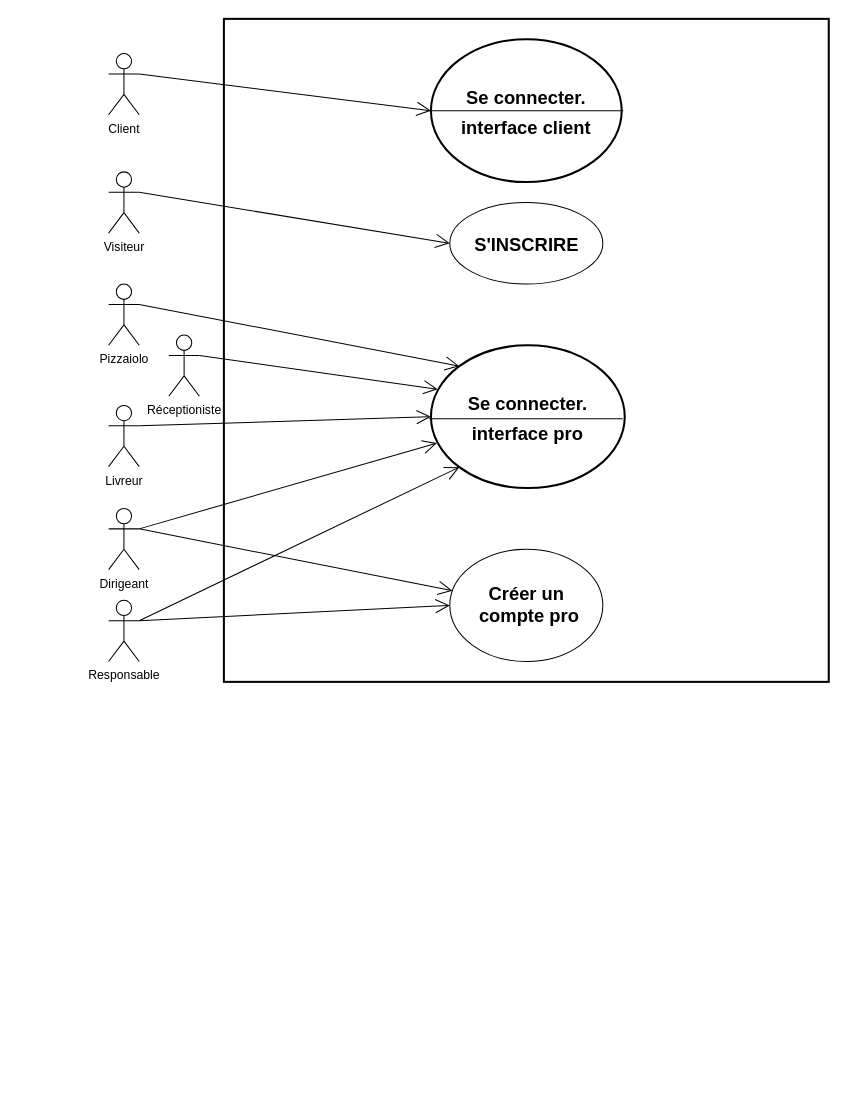
Before: diagrams/useCase/AuthentificationDiagram.drawio in gsagot/oc_p6_ocPizza, a draw.io diagram. Source tidied: cells renumbered, new cells numbered last; positions are measured from the earlier drawing's top-left corner, leaving out a move shared by most shapes. Both pictures are drawn from the tidied source at 102%, with x=0, y=0 at pixel (108, 18).
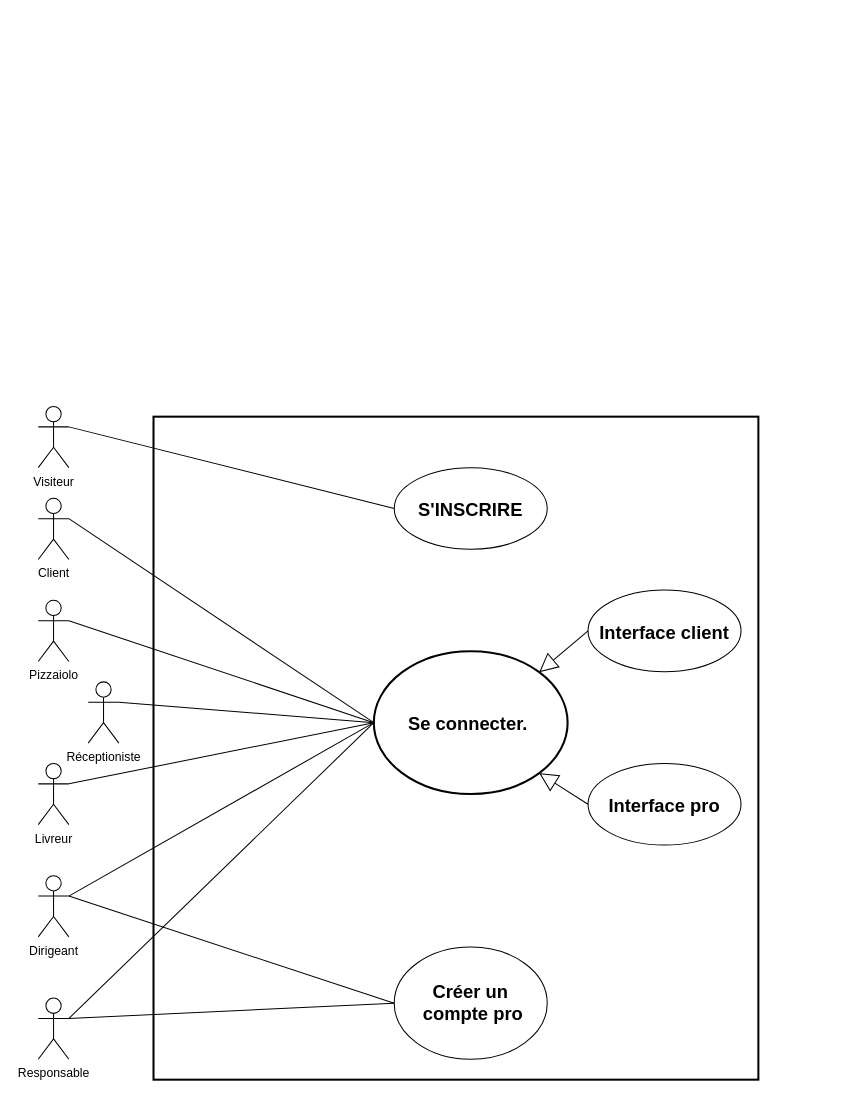
After the change.

Diff of the diagram source:
```diff
@@
-    <mxCell id="2" style="html=1;strokeWidth=2;" parent="1" vertex="1">
-      <mxGeometry x="113" width="593" height="650" as="geometry" />
-    </mxCell>
-    <mxCell id="3" value="&lt;h1&gt;&lt;font style=&quot;font-size: 18px&quot;&gt;Se connecter. interface client&lt;/font&gt;&lt;/h1&gt;" style="ellipse;whiteSpace=wrap;html=1;strokeWidth=2;" parent="1" vertex="1">
-      <mxGeometry x="316" y="20" width="187" height="140" as="geometry" />
-    </mxCell>
+    <mxCell id="25" style="html=1;strokeWidth=2;" parent="1" vertex="1">
+      <mxGeometry x="44" y="390" width="593" height="650" as="geometry" />
+    </mxCell>
     <mxCell id="4" value="&lt;h1&gt;&lt;font style=&quot;font-size: 18px&quot;&gt;S'INSCRIRE&lt;/font&gt;&lt;/h1&gt;" style="ellipse;whiteSpace=wrap;html=1;" parent="1" vertex="1">
-      <mxGeometry x="334.5" y="180" width="150" height="80" as="geometry" />
+      <mxGeometry x="280" y="440" width="150" height="80" as="geometry" />
     </mxCell>
     <mxCell id="5" value="Visiteur" style="shape=umlActor;verticalLabelPosition=bottom;verticalAlign=top;html=1;" parent="1" vertex="1">
-      <mxGeometry y="150" width="30" height="60" as="geometry" />
+      <mxGeometry x="-69" y="380" width="30" height="60" as="geometry" />
     </mxCell>
     <mxCell id="6" value="Client" style="shape=umlActor;verticalLabelPosition=bottom;verticalAlign=top;html=1;" parent="1" vertex="1">
-      <mxGeometry y="34" width="30" height="60" as="geometry" />
+      <mxGeometry x="-69" y="470" width="30" height="60" as="geometry" />
     </mxCell>
     <mxCell id="7" value="Pizzaiolo" style="shape=umlActor;verticalLabelPosition=bottom;verticalAlign=top;html=1;" parent="1" vertex="1">
-      <mxGeometry y="260" width="30" height="60" as="geometry" />
+      <mxGeometry x="-69" y="570" width="30" height="60" as="geometry" />
     </mxCell>
-    <mxCell id="8" style="endArrow=open;endFill=1;endSize=12;html=1;exitX=1;exitY=0.3333333333333333;exitDx=0;exitDy=0;exitPerimeter=0;entryX=0;entryY=0.5;entryDx=0;entryDy=0;" parent="1" edge="1" source="6" target="3">
-      <mxGeometry relative="1" as="geometry" />
-    </mxCell>
+    <mxCell id="26" style="endArrow=none;endFill=1;endSize=12;html=1;exitX=1;exitY=0.3333333333333333;exitDx=0;exitDy=0;exitPerimeter=0;entryX=0;entryY=0.5;entryDx=0;entryDy=0;" parent="1" edge="1" source="6" target="28">
+      <mxGeometry relative="1" as="geometry" />
+    </mxCell>
-    <mxCell id="9" style="endArrow=open;endFill=1;endSize=12;html=1;exitX=1;exitY=0.3333333333333333;exitDx=0;exitDy=0;exitPerimeter=0;entryX=0;entryY=0.5;entryDx=0;entryDy=0;" parent="1" edge="1" source="5" target="4">
+    <mxCell id="9" style="endArrow=none;endFill=1;endSize=12;html=1;exitX=1;exitY=0.3333333333333333;exitDx=0;exitDy=0;exitPerimeter=0;entryX=0;entryY=0.5;entryDx=0;entryDy=0;" parent="1" edge="1" source="5" target="4">
       <mxGeometry relative="1" as="geometry" />
     </mxCell>
-    <mxCell id="10" style="endArrow=open;endFill=1;endSize=12;html=1;exitX=1;exitY=0.3333333333333333;exitDx=0;exitDy=0;exitPerimeter=0;entryX=0;entryY=0;entryDx=0;entryDy=0;" parent="1" edge="1" source="7" target="11">
-      <mxGeometry relative="1" as="geometry" />
-    </mxCell>
-    <mxCell id="11" value="&lt;h1&gt;&lt;font style=&quot;font-size: 18px&quot;&gt;Se connecter. interface pro&lt;/font&gt;&lt;/h1&gt;" style="ellipse;whiteSpace=wrap;html=1;strokeWidth=2;" parent="1" vertex="1">
-      <mxGeometry x="316" y="320" width="190" height="140" as="geometry" />
-    </mxCell>
+    <mxCell id="27" style="endArrow=none;endFill=1;endSize=12;html=1;exitX=1;exitY=0.3333333333333333;exitDx=0;exitDy=0;exitPerimeter=0;entryX=0;entryY=0.5;entryDx=0;entryDy=0;" parent="1" edge="1" source="7" target="28">
+      <mxGeometry relative="1" as="geometry" />
+    </mxCell>
+    <mxCell id="28" value="&lt;h1&gt;&lt;font style=&quot;font-size: 18px&quot;&gt;Se connecter.&amp;nbsp;&lt;/font&gt;&lt;/h1&gt;" style="ellipse;whiteSpace=wrap;html=1;strokeWidth=2;" parent="1" vertex="1">
+      <mxGeometry x="260" y="620" width="190" height="140" as="geometry" />
+    </mxCell>
     <mxCell id="12" value="Livreur" style="shape=umlActor;verticalLabelPosition=bottom;verticalAlign=top;html=1;" parent="1" vertex="1">
-      <mxGeometry y="379" width="30" height="60" as="geometry" />
+      <mxGeometry x="-69" y="730" width="30" height="60" as="geometry" />
     </mxCell>
     <mxCell id="13" value="Responsable" style="shape=umlActor;verticalLabelPosition=bottom;verticalAlign=top;html=1;" parent="1" vertex="1">
-      <mxGeometry y="570" width="30" height="60" as="geometry" />
+      <mxGeometry x="-69" y="960" width="30" height="60" as="geometry" />
     </mxCell>
-    <mxCell id="14" style="endArrow=open;endFill=1;endSize=12;html=1;exitX=1;exitY=0.3333333333333333;exitDx=0;exitDy=0;exitPerimeter=0;entryX=0;entryY=0.5;entryDx=0;entryDy=0;" parent="1" edge="1" source="12" target="11">
-      <mxGeometry relative="1" as="geometry" />
-    </mxCell>
-    <mxCell id="15" style="endArrow=open;endFill=1;endSize=12;html=1;exitX=1;exitY=0.3333333333333333;exitDx=0;exitDy=0;exitPerimeter=0;entryX=0;entryY=1;entryDx=0;entryDy=0;" parent="1" edge="1" source="13" target="11">
-      <mxGeometry relative="1" as="geometry" />
-    </mxCell>
-    <mxCell id="16" style="line;strokeWidth=1;fillColor=none;align=left;verticalAlign=middle;spacingTop=-1;spacingLeft=3;spacingRight=3;labelPosition=right;" parent="1" vertex="1">
-      <mxGeometry x="314" y="388" width="190" height="8" as="geometry" />
-    </mxCell>
-    <mxCell id="17" style="line;strokeWidth=1;fillColor=none;align=left;verticalAlign=middle;spacingTop=-1;spacingLeft=3;spacingRight=3;labelPosition=right;" parent="1" vertex="1">
-      <mxGeometry x="314.5" y="86" width="190" height="8" as="geometry" />
-    </mxCell>
+    <mxCell id="29" style="endArrow=none;endFill=1;endSize=12;html=1;exitX=1;exitY=0.3333333333333333;exitDx=0;exitDy=0;exitPerimeter=0;entryX=0;entryY=0.5;entryDx=0;entryDy=0;" parent="1" edge="1" source="12" target="28">
+      <mxGeometry relative="1" as="geometry" />
+    </mxCell>
+    <mxCell id="30" style="endArrow=none;endFill=1;endSize=12;html=1;exitX=1;exitY=0.3333333333333333;exitDx=0;exitDy=0;exitPerimeter=0;entryX=0;entryY=0.5;entryDx=0;entryDy=0;" parent="1" edge="1" source="13" target="28">
+      <mxGeometry relative="1" as="geometry" />
+    </mxCell>
     <mxCell id="18" value="&lt;p style=&quot;line-height: 60%&quot;&gt;&lt;/p&gt;&lt;h2&gt;&lt;font style=&quot;font-size: 18px&quot;&gt;Créer un&lt;br&gt;&lt;/font&gt;&lt;font style=&quot;font-size: 18px&quot;&gt;&amp;nbsp;compte&amp;nbsp;&lt;/font&gt;&lt;b style=&quot;font-size: 18px&quot;&gt;pro&lt;/b&gt;&lt;/h2&gt;&lt;p&gt;&lt;/p&gt;" style="ellipse;whiteSpace=wrap;html=1;" parent="1" vertex="1">
-      <mxGeometry x="334.5" y="520" width="150" height="110" as="geometry" />
+      <mxGeometry x="280" y="910" width="150" height="110" as="geometry" />
     </mxCell>
-    <mxCell id="19" style="endArrow=open;endFill=1;endSize=12;html=1;entryX=0;entryY=0.5;entryDx=0;entryDy=0;exitX=1;exitY=0.3333333333333333;exitDx=0;exitDy=0;exitPerimeter=0;" parent="1" edge="1" source="13" target="18">
+    <mxCell id="19" style="endArrow=none;endFill=1;endSize=12;html=1;entryX=0;entryY=0.5;entryDx=0;entryDy=0;exitX=1;exitY=0.3333333333333333;exitDx=0;exitDy=0;exitPerimeter=0;" parent="1" edge="1" source="13" target="18">
       <mxGeometry relative="1" as="geometry" />
     </mxCell>
     <mxCell id="20" value="Dirigeant" style="shape=umlActor;verticalLabelPosition=bottom;verticalAlign=top;html=1;" parent="1" vertex="1">
-      <mxGeometry y="480" width="30" height="60" as="geometry" />
+      <mxGeometry x="-69" y="840" width="30" height="60" as="geometry" />
     </mxCell>
-    <mxCell id="21" style="endArrow=open;endFill=1;endSize=12;html=1;exitX=1;exitY=0.3333333333333333;exitDx=0;exitDy=0;exitPerimeter=0;entryX=0.031;entryY=0.685;entryDx=0;entryDy=0;entryPerimeter=0;" parent="1" edge="1" source="20" target="11">
-      <mxGeometry relative="1" as="geometry" />
-    </mxCell>
+    <mxCell id="31" style="endArrow=none;endFill=1;endSize=12;html=1;exitX=1;exitY=0.3333333333333333;exitDx=0;exitDy=0;exitPerimeter=0;entryX=0;entryY=0.5;entryDx=0;entryDy=0;" parent="1" edge="1" source="20" target="28">
+      <mxGeometry relative="1" as="geometry" />
+    </mxCell>
     <mxCell id="22" value="Réceptioniste" style="shape=umlActor;verticalLabelPosition=bottom;verticalAlign=top;html=1;" parent="1" vertex="1">
-      <mxGeometry x="59" y="310" width="30" height="60" as="geometry" />
+      <mxGeometry x="-20" y="650" width="30" height="60" as="geometry" />
     </mxCell>
-    <mxCell id="23" style="endArrow=open;endFill=1;endSize=12;html=1;exitX=1;exitY=0.3333333333333333;exitDx=0;exitDy=0;exitPerimeter=0;entryX=0.035;entryY=0.308;entryDx=0;entryDy=0;entryPerimeter=0;" parent="1" edge="1" source="22" target="11">
-      <mxGeometry relative="1" as="geometry" />
-    </mxCell>
+    <mxCell id="32" style="endArrow=none;endFill=1;endSize=12;html=1;exitX=1;exitY=0.3333333333333333;exitDx=0;exitDy=0;exitPerimeter=0;entryX=0;entryY=0.5;entryDx=0;entryDy=0;" parent="1" edge="1" source="22" target="28">
+      <mxGeometry relative="1" as="geometry" />
+    </mxCell>
-    <mxCell id="24" style="endArrow=open;endFill=1;endSize=12;html=1;exitX=1;exitY=0.3333333333333333;exitDx=0;exitDy=0;exitPerimeter=0;" parent="1" edge="1" source="20" target="18">
+    <mxCell id="24" style="endArrow=none;endFill=1;endSize=12;html=1;exitX=1;exitY=0.3333333333333333;exitDx=0;exitDy=0;exitPerimeter=0;entryX=0;entryY=0.5;entryDx=0;entryDy=0;" parent="1" edge="1" source="20" target="18">
       <mxGeometry relative="1" as="geometry" />
     </mxCell>
+    <mxCell id="33" value="&lt;h1&gt;&lt;font style=&quot;font-size: 18px&quot;&gt;Interface client&lt;/font&gt;&lt;/h1&gt;" style="ellipse;whiteSpace=wrap;html=1;" parent="1" vertex="1">
+      <mxGeometry x="470" y="560" width="150" height="80" as="geometry" />
+    </mxCell>
+    <mxCell id="34" value="&lt;h1&gt;&lt;font style=&quot;font-size: 18px&quot;&gt;Interface pro&lt;/font&gt;&lt;/h1&gt;" style="ellipse;whiteSpace=wrap;html=1;" parent="1" vertex="1">
+      <mxGeometry x="470" y="730" width="150" height="80" as="geometry" />
+    </mxCell>
+    <mxCell id="35" style="endArrow=block;endSize=16;endFill=0;html=1;exitX=0;exitY=0.5;exitDx=0;exitDy=0;entryX=1;entryY=1;entryDx=0;entryDy=0;" parent="1" edge="1" source="34" target="28">
+      <mxGeometry relative="1" as="geometry" />
+    </mxCell>
+    <mxCell id="36" style="endArrow=block;endSize=16;endFill=0;html=1;exitX=0;exitY=0.5;exitDx=0;exitDy=0;entryX=1;entryY=0;entryDx=0;entryDy=0;" parent="1" edge="1" source="33" target="28">
+      <mxGeometry relative="1" as="geometry" />
+    </mxCell>
```
